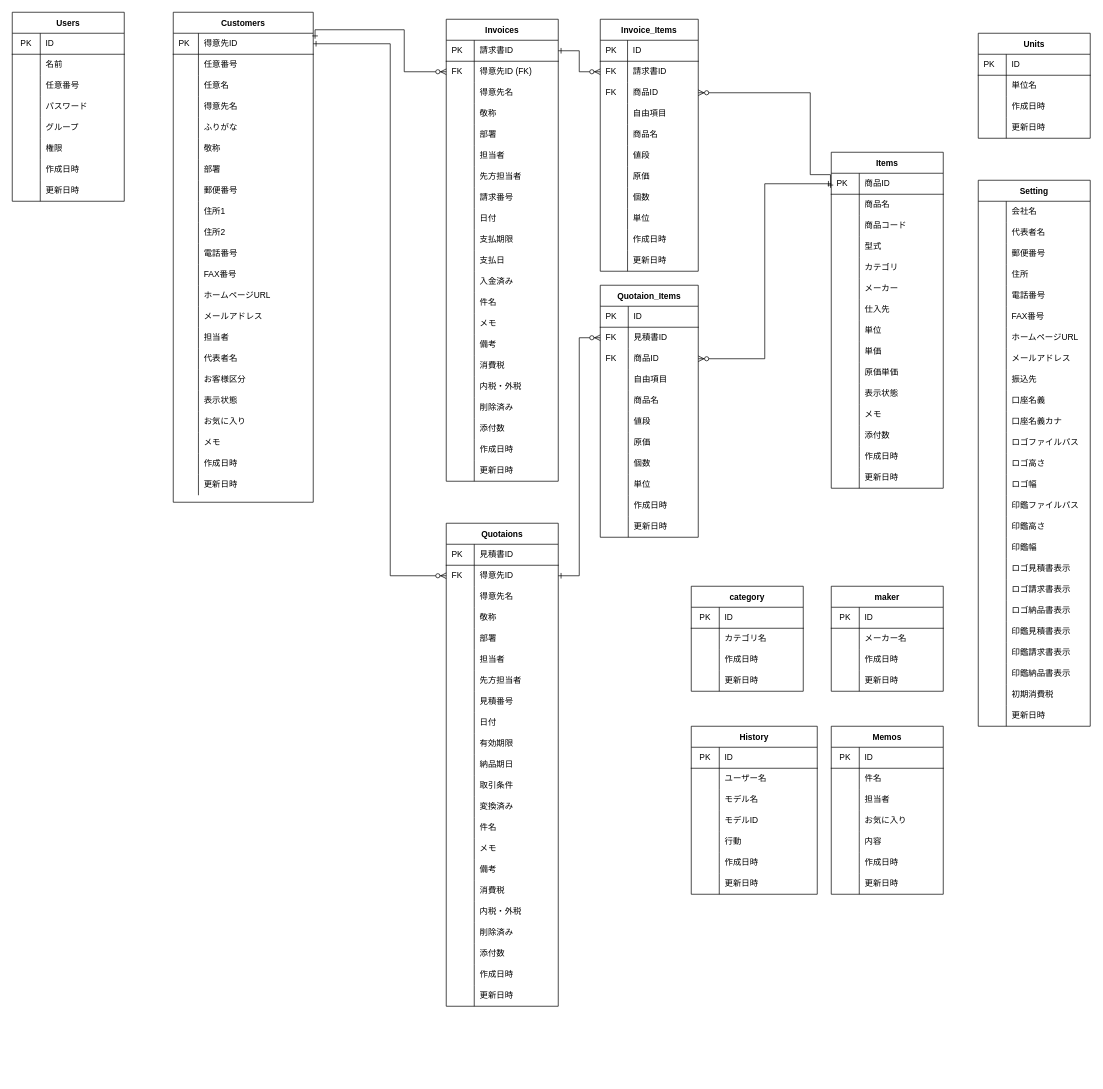
The draw.io diagram soho_er.dio in gamasenninn/caddie-clone, before the edit. Source tidied: cells renumbered, new cells numbered last; positions are measured from the earlier drawing's top-left corner, leaving out a move shared by most shapes. Both pictures are drawn from the tidied source at 70%, with x=0, y=0 at pixel (12, 12).
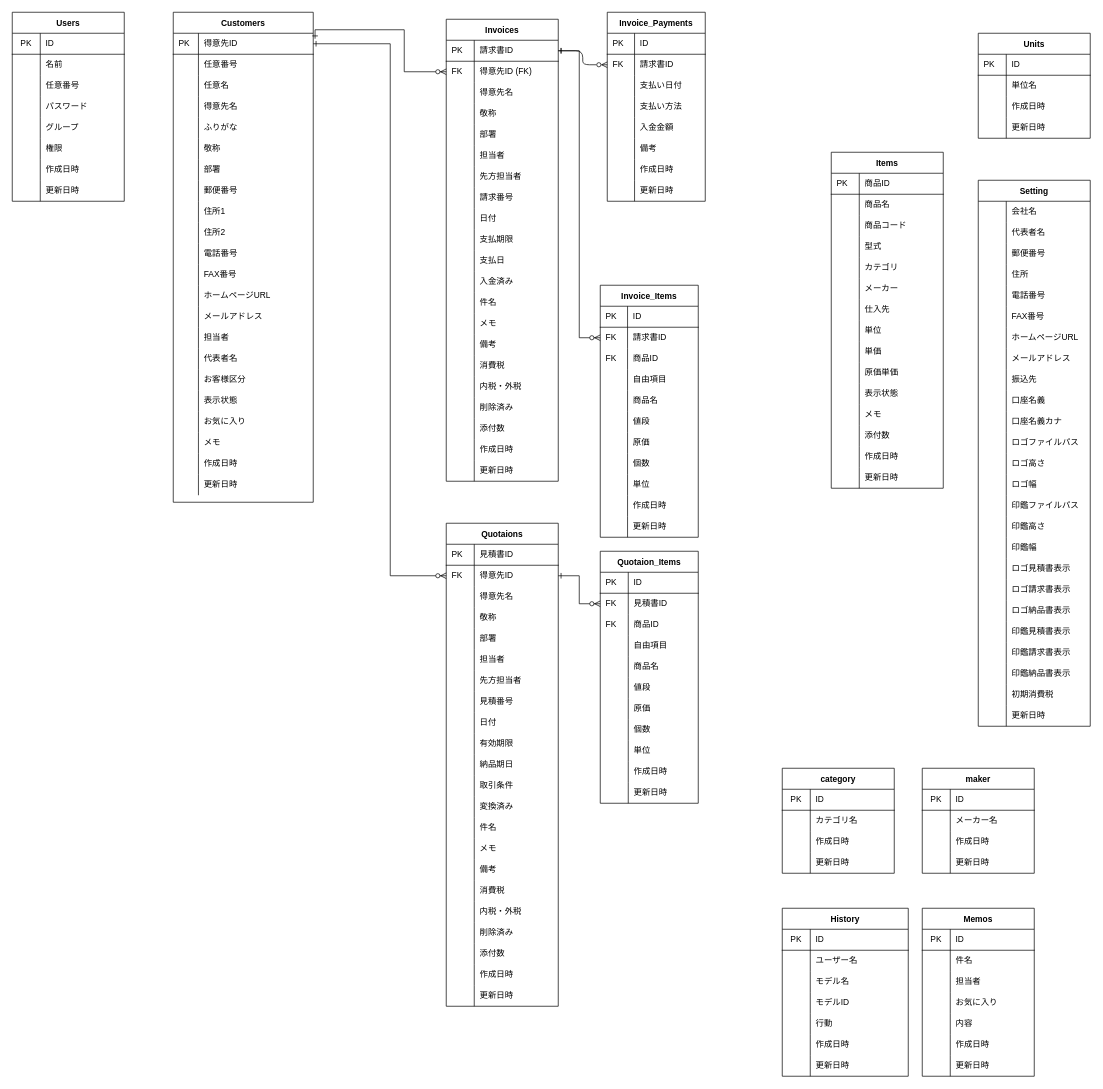
Above is the later version.

Unchanged cells that the change refers to:
```xml
<mxCell id="69" value="Items" style="shape=table;startSize=30;childLayout=tableLayout;rowLines=0;fontStyle=1;align=center;" parent="1" vertex="1">
  <mxGeometry x="1170" y="200" width="160" height="480" as="geometry" />
</mxCell>
<mxCell id="70" style="shape=partialRectangle;html=1;whiteSpace=wrap;fillColor=none;top=0;left=0;bottom=1;right=0;points=[[0,0.5],[1,0.5]];portConstraint=eastwest;" parent="69" vertex="1">
  <mxGeometry y="30" width="160" height="30" as="geometry" />
</mxCell>
<mxCell id="116" style="shape=partialRectangle;html=1;whiteSpace=wrap;fillColor=none;top=0;left=0;bottom=1;right=0;points=[[0,0.5],[1,0.5]];portConstraint=eastwest;" parent="115" vertex="1">
  <mxGeometry y="30" width="160" height="30" as="geometry" />
</mxCell>
<mxCell id="186" style="shape=partialRectangle;html=1;whiteSpace=wrap;fillColor=none;top=0;left=0;bottom=0;right=0;points=[[0,0.5],[1,0.5]];portConstraint=eastwest;" parent="179" vertex="1">
  <mxGeometry y="90" width="140" height="30" as="geometry" />
</mxCell>
<mxCell id="287" style="shape=partialRectangle;html=1;whiteSpace=wrap;fillColor=none;top=0;left=0;bottom=0;right=0;points=[[0,0.5],[1,0.5]];portConstraint=eastwest;" parent="280" vertex="1">
  <mxGeometry y="90" width="140" height="30" as="geometry" />
</mxCell>
```

The edit, as a diff of the source:
```diff
@@
     <mxCell id="179" value="Invoice_Items" style="shape=table;startSize=30;childLayout=tableLayout;rowLines=0;fontStyle=1;align=center;" parent="1" vertex="1">
-      <mxGeometry x="840" y="10" width="140" height="360" as="geometry" />
+      <mxGeometry x="840" y="390" width="140" height="360" as="geometry" />
     </mxCell>
@@
     <mxCell id="280" value="Quotaion_Items" style="shape=table;startSize=30;childLayout=tableLayout;rowLines=0;fontStyle=1;align=center;" parent="1" vertex="1">
-      <mxGeometry x="840" y="390" width="140" height="360" as="geometry" />
+      <mxGeometry x="840" y="770" width="140" height="360" as="geometry" />
     </mxCell>
@@
-    <mxCell id="407" style="edgeStyle=orthogonalEdgeStyle;rounded=0;jettySize=auto;html=1;exitX=-0.007;exitY=0.106;exitDx=0;exitDy=0;startArrow=ERone;startFill=0;endArrow=ERzeroToMany;endFill=1;exitPerimeter=0;entryX=1;entryY=0.5;entryDx=0;entryDy=0;" parent="1" edge="1" source="69" target="186">
-      <mxGeometry relative="1" as="geometry">
-        <Array as="points">
-          <mxPoint x="1140" y="232" />
-          <mxPoint x="1140" y="115" />
-        </Array>
-      </mxGeometry>
-    </mxCell>
-    <mxCell id="408" style="edgeStyle=orthogonalEdgeStyle;rounded=0;jettySize=auto;html=1;exitX=0;exitY=0.5;exitDx=0;exitDy=0;startArrow=ERone;startFill=0;endArrow=ERzeroToMany;endFill=1;entryX=1;entryY=0.5;entryDx=0;entryDy=0;" parent="1" edge="1" source="70" target="287">
-      <mxGeometry relative="1" as="geometry" />
-    </mxCell>
     <mxCell id="409" value="Memos" style="shape=table;startSize=30;childLayout=tableLayout;rowLines=0;fontStyle=1;align=center;" parent="1" vertex="1">
-      <mxGeometry x="1170" y="1020" width="160" height="240" as="geometry" />
+      <mxGeometry x="1300" y="1280" width="160" height="240" as="geometry" />
     </mxCell>
@@
     <mxCell id="456" value="maker" style="shape=table;startSize=30;childLayout=tableLayout;rowLines=0;fontStyle=1;align=center;" parent="1" vertex="1">
-      <mxGeometry x="1170" y="820" width="160" height="150" as="geometry" />
+      <mxGeometry x="1300" y="1080" width="160" height="150" as="geometry" />
     </mxCell>
@@
     <mxCell id="469" value="category" style="shape=table;startSize=30;childLayout=tableLayout;rowLines=0;fontStyle=1;align=center;" parent="1" vertex="1">
-      <mxGeometry x="970" y="820" width="160" height="150" as="geometry" />
+      <mxGeometry x="1100" y="1080" width="160" height="150" as="geometry" />
     </mxCell>
@@
     <mxCell id="482" value="History" style="shape=table;startSize=30;childLayout=tableLayout;rowLines=0;fontStyle=1;align=center;" parent="1" vertex="1">
-      <mxGeometry x="970" y="1020" width="180" height="240" as="geometry" />
+      <mxGeometry x="1100" y="1280" width="180" height="240" as="geometry" />
     </mxCell>
@@
+    <mxCell id="504" value="Invoice_Payments" style="shape=table;startSize=30;childLayout=tableLayout;rowLines=0;fontStyle=1;align=center;" parent="1" vertex="1">
+      <mxGeometry x="850" width="140" height="270" as="geometry" />
+    </mxCell>
+    <mxCell id="505" style="shape=partialRectangle;html=1;whiteSpace=wrap;fillColor=none;top=0;left=0;bottom=1;right=0;" parent="504" vertex="1">
+      <mxGeometry y="30" width="140" height="30" as="geometry" />
+    </mxCell>
+    <mxCell id="506" value="PK" style="shape=partialRectangle;html=1;whiteSpace=wrap;fillColor=none;top=0;left=0;bottom=0;right=0;align=left;spacingLeft=6;overflow=hidden;" parent="505" vertex="1">
+      <mxGeometry width="39" height="30" as="geometry" />
+    </mxCell>
+    <mxCell id="507" value="ID" style="shape=partialRectangle;html=1;whiteSpace=wrap;fillColor=none;top=0;left=0;bottom=0;right=0;align=left;spacingLeft=6;overflow=hidden;" parent="505" vertex="1">
+      <mxGeometry x="39" width="101" height="30" as="geometry" />
+    </mxCell>
+    <mxCell id="508" style="shape=partialRectangle;html=1;whiteSpace=wrap;fillColor=none;top=0;left=0;bottom=0;right=0;points=[[0,0.5],[1,0.5]];portConstraint=eastwest;" parent="504" vertex="1">
+      <mxGeometry y="60" width="140" height="30" as="geometry" />
+    </mxCell>
+    <mxCell id="509" value="FK" style="shape=partialRectangle;html=1;whiteSpace=wrap;fillColor=none;top=0;left=0;bottom=0;right=0;align=left;spacingLeft=6;overflow=hidden;" parent="508" vertex="1">
+      <mxGeometry width="39" height="30" as="geometry" />
+    </mxCell>
+    <mxCell id="510" value="請求書ID&amp;nbsp;" style="shape=partialRectangle;html=1;whiteSpace=wrap;fillColor=none;top=0;left=0;bottom=0;right=0;align=left;spacingLeft=6;overflow=hidden;" parent="508" vertex="1">
+      <mxGeometry x="39" width="101" height="30" as="geometry" />
+    </mxCell>
+    <mxCell id="511" style="shape=partialRectangle;html=1;whiteSpace=wrap;fillColor=none;top=0;left=0;bottom=0;right=0;" parent="504" vertex="1">
+      <mxGeometry y="90" width="140" height="30" as="geometry" />
+    </mxCell>
+    <mxCell id="512" style="shape=partialRectangle;html=1;whiteSpace=wrap;fillColor=none;top=0;left=0;bottom=0;right=0;align=left;spacingLeft=6;overflow=hidden;" parent="511" vertex="1">
+      <mxGeometry width="39" height="30" as="geometry" />
+    </mxCell>
+    <mxCell id="513" value="支払い日付" style="shape=partialRectangle;html=1;whiteSpace=wrap;fillColor=none;top=0;left=0;bottom=0;right=0;align=left;spacingLeft=6;overflow=hidden;" parent="511" vertex="1">
+      <mxGeometry x="39" width="101" height="30" as="geometry" />
+    </mxCell>
+    <mxCell id="514" style="shape=partialRectangle;html=1;whiteSpace=wrap;fillColor=none;top=0;left=0;bottom=0;right=0;" parent="504" vertex="1">
+      <mxGeometry y="120" width="140" height="30" as="geometry" />
+    </mxCell>
+    <mxCell id="515" style="shape=partialRectangle;html=1;whiteSpace=wrap;fillColor=none;top=0;left=0;bottom=0;right=0;align=left;spacingLeft=6;overflow=hidden;" parent="514" vertex="1">
+      <mxGeometry width="39" height="30" as="geometry" />
+    </mxCell>
+    <mxCell id="516" value="支払い方法" style="shape=partialRectangle;html=1;whiteSpace=wrap;fillColor=none;top=0;left=0;bottom=0;right=0;align=left;spacingLeft=6;overflow=hidden;" parent="514" vertex="1">
+      <mxGeometry x="39" width="101" height="30" as="geometry" />
+    </mxCell>
+    <mxCell id="517" style="shape=partialRectangle;html=1;whiteSpace=wrap;fillColor=none;top=0;left=0;bottom=0;right=0;" parent="504" vertex="1">
+      <mxGeometry y="150" width="140" height="30" as="geometry" />
+    </mxCell>
+    <mxCell id="518" style="shape=partialRectangle;html=1;whiteSpace=wrap;fillColor=none;top=0;left=0;bottom=0;right=0;align=left;spacingLeft=6;overflow=hidden;" parent="517" vertex="1">
+      <mxGeometry width="39" height="30" as="geometry" />
+    </mxCell>
+    <mxCell id="519" value="入金金額" style="shape=partialRectangle;html=1;whiteSpace=wrap;fillColor=none;top=0;left=0;bottom=0;right=0;align=left;spacingLeft=6;overflow=hidden;" parent="517" vertex="1">
+      <mxGeometry x="39" width="101" height="30" as="geometry" />
+    </mxCell>
+    <mxCell id="520" style="shape=partialRectangle;html=1;whiteSpace=wrap;fillColor=none;top=0;left=0;bottom=0;right=0;" parent="504" vertex="1">
+      <mxGeometry y="180" width="140" height="30" as="geometry" />
+    </mxCell>
+    <mxCell id="521" style="shape=partialRectangle;html=1;whiteSpace=wrap;fillColor=none;top=0;left=0;bottom=0;right=0;align=left;spacingLeft=6;overflow=hidden;" parent="520" vertex="1">
+      <mxGeometry width="39" height="30" as="geometry" />
+    </mxCell>
+    <mxCell id="522" value="備考" style="shape=partialRectangle;html=1;whiteSpace=wrap;fillColor=none;top=0;left=0;bottom=0;right=0;align=left;spacingLeft=6;overflow=hidden;" parent="520" vertex="1">
+      <mxGeometry x="39" width="101" height="30" as="geometry" />
+    </mxCell>
+    <mxCell id="523" style="shape=partialRectangle;html=1;whiteSpace=wrap;fillColor=none;top=0;left=0;bottom=0;right=0;" parent="504" vertex="1">
+      <mxGeometry y="210" width="140" height="30" as="geometry" />
+    </mxCell>
+    <mxCell id="524" style="shape=partialRectangle;html=1;whiteSpace=wrap;fillColor=none;top=0;left=0;bottom=0;right=0;align=left;spacingLeft=6;overflow=hidden;" parent="523" vertex="1">
+      <mxGeometry width="39" height="30" as="geometry" />
+    </mxCell>
+    <mxCell id="525" value="作成日時" style="shape=partialRectangle;html=1;whiteSpace=wrap;fillColor=none;top=0;left=0;bottom=0;right=0;align=left;spacingLeft=6;overflow=hidden;" parent="523" vertex="1">
+      <mxGeometry x="39" width="101" height="30" as="geometry" />
+    </mxCell>
+    <mxCell id="526" style="shape=partialRectangle;html=1;whiteSpace=wrap;fillColor=none;top=0;left=0;bottom=0;right=0;" parent="504" vertex="1">
+      <mxGeometry y="240" width="140" height="30" as="geometry" />
+    </mxCell>
+    <mxCell id="527" style="shape=partialRectangle;html=1;whiteSpace=wrap;fillColor=none;top=0;left=0;bottom=0;right=0;align=left;spacingLeft=6;overflow=hidden;" parent="526" vertex="1">
+      <mxGeometry width="39" height="30" as="geometry" />
+    </mxCell>
+    <mxCell id="528" value="更新日時" style="shape=partialRectangle;html=1;whiteSpace=wrap;fillColor=none;top=0;left=0;bottom=0;right=0;align=left;spacingLeft=6;overflow=hidden;" parent="526" vertex="1">
+      <mxGeometry x="39" width="101" height="30" as="geometry" />
+    </mxCell>
+    <mxCell id="529" style="html=1;exitX=1;exitY=0.5;exitDx=0;exitDy=0;entryX=0;entryY=0.5;entryDx=0;entryDy=0;edgeStyle=orthogonalEdgeStyle;startArrow=ERone;startFill=0;endArrow=ERzeroToMany;endFill=0;" parent="1" edge="1" source="116" target="508">
+      <mxGeometry relative="1" as="geometry" />
+    </mxCell>
```
